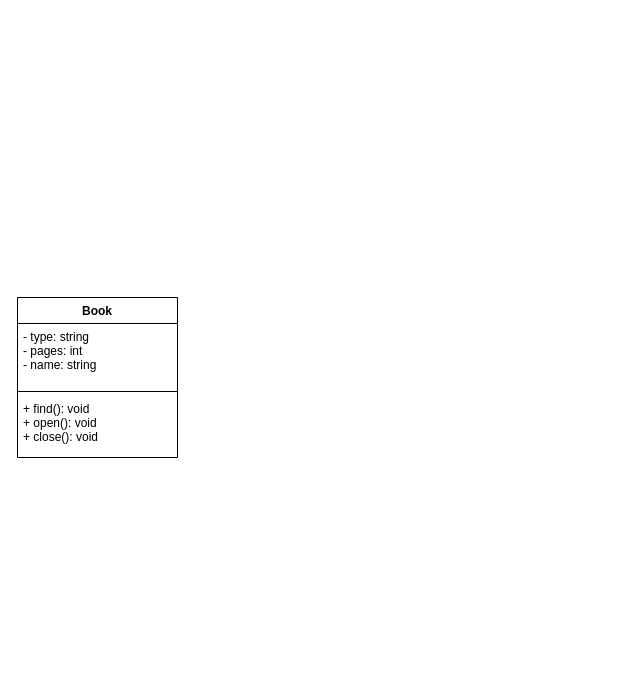
Earlier version of the draw.io diagram Untitled Diagram.drawio (Nikita23072001/PP3). Source tidied: cells renumbered, new cells numbered last; positions are measured from the earlier drawing's top-left corner, leaving out a move shared by most shapes. Both pictures are drawn from the tidied source at 100%, with x=0, y=0 at pixel (17, 297).
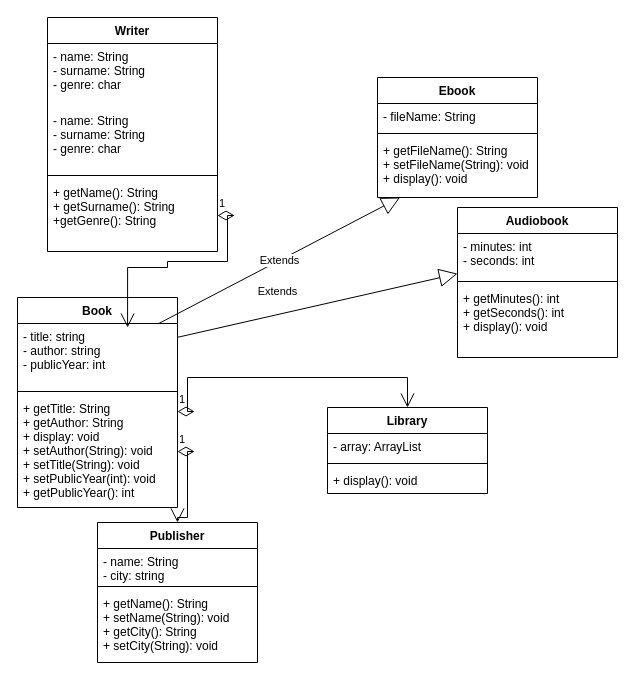
The same diagram, later.

Change to the diagram source:
```diff
@@
     <mxCell id="2" value="Book" style="swimlane;fontStyle=1;align=center;verticalAlign=top;horizontal=1;startSize=26;" parent="1" vertex="1">
-      <mxGeometry width="160" height="160" as="geometry" />
+      <mxGeometry width="160" height="210" as="geometry" />
     </mxCell>
-    <mxCell id="3" value="- type: string&#10;- pages: int&#10;- name: string" style="text;strokeColor=none;fillColor=none;align=left;verticalAlign=top;spacingLeft=4;spacingRight=4;overflow=hidden;points=[[0,0.5],[1,0.5]];portConstraint=eastwest;" parent="2" vertex="1">
+    <mxCell id="3" value="- title: string&#10;- author: string&#10;- publicYear: int" style="text;strokeColor=none;fillColor=none;align=left;verticalAlign=top;spacingLeft=4;spacingRight=4;overflow=hidden;points=[[0,0.5],[1,0.5]];portConstraint=eastwest;" parent="2" vertex="1">
       <mxGeometry y="26" width="160" height="64" as="geometry" />
     </mxCell>
@@
-    <mxCell id="5" value="+ find(): void&#10;+ open(): void&#10;+ close(): void" style="text;strokeColor=none;fillColor=none;align=left;verticalAlign=top;spacingLeft=4;spacingRight=4;overflow=hidden;points=[[0,0.5],[1,0.5]];portConstraint=eastwest;" parent="2" vertex="1">
-      <mxGeometry y="98" width="160" height="62" as="geometry" />
+    <mxCell id="5" value="+ getTitle: String&#10;+ getAuthor: String&#10;+ display: void&#10;+ setAuthor(String): void&#10;+ setTitle(String): void&#10;+ setPublicYear(int): void&#10;+ getPublicYear(): int" style="text;strokeColor=none;fillColor=none;align=left;verticalAlign=top;spacingLeft=4;spacingRight=4;overflow=hidden;points=[[0,0.5],[1,0.5]];portConstraint=eastwest;" parent="2" vertex="1">
+      <mxGeometry y="98" width="160" height="112" as="geometry" />
     </mxCell>
+    <mxCell id="6" value="Ebook" style="swimlane;fontStyle=1;align=center;verticalAlign=top;horizontal=1;startSize=26;" parent="1" vertex="1">
+      <mxGeometry x="360" y="-220" width="160" height="120" as="geometry" />
+    </mxCell>
+    <mxCell id="7" value="- fileName: String" style="text;strokeColor=none;fillColor=none;align=left;verticalAlign=top;spacingLeft=4;spacingRight=4;overflow=hidden;" parent="6" vertex="1">
+      <mxGeometry y="26" width="160" height="26" as="geometry" />
+    </mxCell>
+    <mxCell id="8" style="line;strokeWidth=1;fillColor=none;align=left;verticalAlign=middle;spacingTop=-1;spacingLeft=3;spacingRight=3;labelPosition=right;" parent="6" vertex="1">
+      <mxGeometry y="52" width="160" height="8" as="geometry" />
+    </mxCell>
+    <mxCell id="9" value="+ getFileName(): String&#10;+ setFileName(String): void&#10;+ display(): void" style="text;strokeColor=none;fillColor=none;align=left;verticalAlign=top;spacingLeft=4;spacingRight=4;overflow=hidden;points=[[0,0.5],[1,0.5]];portConstraint=eastwest;" parent="6" vertex="1">
+      <mxGeometry y="60" width="160" height="60" as="geometry" />
+    </mxCell>
+    <mxCell id="10" value="Audiobook&#10;" style="swimlane;fontStyle=1;align=center;verticalAlign=top;horizontal=1;startSize=26;" parent="1" vertex="1">
+      <mxGeometry x="440" y="-90" width="160" height="150" as="geometry" />
+    </mxCell>
+    <mxCell id="11" value="- minutes: int&#10;- seconds: int" style="text;strokeColor=none;fillColor=none;align=left;verticalAlign=top;spacingLeft=4;spacingRight=4;overflow=hidden;points=[[0,0.5],[1,0.5]];portConstraint=eastwest;" parent="10" vertex="1">
+      <mxGeometry y="26" width="160" height="44" as="geometry" />
+    </mxCell>
+    <mxCell id="12" style="line;strokeWidth=1;fillColor=none;align=left;verticalAlign=middle;spacingTop=-1;spacingLeft=3;spacingRight=3;labelPosition=right;" parent="10" vertex="1">
+      <mxGeometry y="70" width="160" height="8" as="geometry" />
+    </mxCell>
+    <mxCell id="13" value="+ getMinutes(): int&#10;+ getSeconds(): int&#10;+ display(): void" style="text;strokeColor=none;fillColor=none;align=left;verticalAlign=top;spacingLeft=4;spacingRight=4;overflow=hidden;" parent="10" vertex="1">
+      <mxGeometry y="78" width="160" height="72" as="geometry" />
+    </mxCell>
+    <mxCell id="14" value="Publisher" style="swimlane;fontStyle=1;align=center;verticalAlign=top;horizontal=1;startSize=26;" parent="1" vertex="1">
+      <mxGeometry x="80" y="225" width="160" height="140" as="geometry" />
+    </mxCell>
+    <mxCell id="15" value="- name: String&#10;- city: string" style="text;strokeColor=none;fillColor=none;align=left;verticalAlign=top;spacingLeft=4;spacingRight=4;overflow=hidden;" parent="14" vertex="1">
+      <mxGeometry y="26" width="160" height="34" as="geometry" />
+    </mxCell>
+    <mxCell id="16" style="line;strokeWidth=1;fillColor=none;align=left;verticalAlign=middle;spacingTop=-1;spacingLeft=3;spacingRight=3;labelPosition=right;" parent="14" vertex="1">
+      <mxGeometry y="60" width="160" height="8" as="geometry" />
+    </mxCell>
+    <mxCell id="17" value="+ getName(): String&#10;+ setName(String): void&#10;+ getCity(): String&#10;+ setCity(String): void" style="text;strokeColor=none;fillColor=none;align=left;verticalAlign=top;spacingLeft=4;spacingRight=4;overflow=hidden;" parent="14" vertex="1">
+      <mxGeometry y="68" width="160" height="72" as="geometry" />
+    </mxCell>
+    <mxCell id="18" value="Extends" style="endArrow=block;endSize=16;endFill=0;html=1;rounded=0;" parent="1" edge="1" source="3" target="11">
+      <mxGeometry x="-0.25" y="22" relative="1" as="geometry" />
+    </mxCell>
+    <mxCell id="19" value="1" style="endArrow=open;html=1;endSize=12;startArrow=diamondThin;startSize=14;startFill=0;edgeStyle=orthogonalEdgeStyle;align=left;verticalAlign=bottom;rounded=0;entryX=0.5;entryY=0;entryDx=0;entryDy=0;" parent="1" edge="1" source="5" target="14">
+      <mxGeometry x="-1" y="3" relative="1" as="geometry" />
+    </mxCell>
+    <mxCell id="20" value="Library" style="swimlane;fontStyle=1;align=center;verticalAlign=top;horizontal=1;startSize=26;" parent="1" vertex="1">
+      <mxGeometry x="310" y="110" width="160" height="86" as="geometry" />
+    </mxCell>
+    <mxCell id="21" value="- array: ArrayList" style="text;strokeColor=none;fillColor=none;align=left;verticalAlign=top;spacingLeft=4;spacingRight=4;overflow=hidden;" parent="20" vertex="1">
+      <mxGeometry y="26" width="160" height="26" as="geometry" />
+    </mxCell>
+    <mxCell id="22" style="line;strokeWidth=1;fillColor=none;align=left;verticalAlign=middle;spacingTop=-1;spacingLeft=3;spacingRight=3;labelPosition=right;" parent="20" vertex="1">
+      <mxGeometry y="52" width="160" height="8" as="geometry" />
+    </mxCell>
+    <mxCell id="23" value="+ display(): void" style="text;strokeColor=none;fillColor=none;align=left;verticalAlign=top;spacingLeft=4;spacingRight=4;overflow=hidden;" parent="20" vertex="1">
+      <mxGeometry y="60" width="160" height="26" as="geometry" />
+    </mxCell>
+    <mxCell id="24" value="1" style="endArrow=open;html=1;endSize=12;startArrow=diamondThin;startSize=14;startFill=0;edgeStyle=orthogonalEdgeStyle;align=left;verticalAlign=bottom;rounded=0;" parent="1" edge="1" source="5" target="20">
+      <mxGeometry x="-1" y="3" relative="1" as="geometry">
+        <Array as="points">
+          <mxPoint x="170" y="114" />
+          <mxPoint x="170" y="80" />
+          <mxPoint x="390" y="80" />
+        </Array>
+      </mxGeometry>
+    </mxCell>
+    <mxCell id="25" value="Extends" style="endArrow=block;endSize=16;endFill=0;html=1;rounded=0;" parent="1" edge="1" source="3" target="9">
+      <mxGeometry relative="1" as="geometry" />
+    </mxCell>
+    <mxCell id="26" value="Writer" style="swimlane;fontStyle=1;align=center;verticalAlign=top;horizontal=1;startSize=26;" parent="1" vertex="1">
+      <mxGeometry x="30" y="-280" width="170" height="234" as="geometry" />
+    </mxCell>
+    <mxCell id="27" value="- name: String&#10;- surname: String&#10;- genre: char" style="text;strokeColor=none;fillColor=none;align=left;verticalAlign=top;spacingLeft=4;spacingRight=4;overflow=hidden;" parent="26" vertex="1">
+      <mxGeometry y="26" width="170" height="64" as="geometry" />
+    </mxCell>
+    <mxCell id="28" value="- name: String&#10;- surname: String&#10;- genre: char" style="text;strokeColor=none;fillColor=none;align=left;verticalAlign=top;spacingLeft=4;spacingRight=4;overflow=hidden;" parent="26" vertex="1">
+      <mxGeometry y="90" width="170" height="64" as="geometry" />
+    </mxCell>
+    <mxCell id="29" style="line;strokeWidth=1;fillColor=none;align=left;verticalAlign=middle;spacingTop=-1;spacingLeft=3;spacingRight=3;labelPosition=right;" parent="26" vertex="1">
+      <mxGeometry y="154" width="170" height="8" as="geometry" />
+    </mxCell>
+    <mxCell id="30" value="+ getName(): String&#10;+ getSurname(): String&#10;+getGenre(): String" style="text;strokeColor=none;fillColor=none;align=left;verticalAlign=top;spacingLeft=4;spacingRight=4;overflow=hidden;points=[[0,0.5],[1,0.5]];portConstraint=eastwest;" parent="26" vertex="1">
+      <mxGeometry y="162" width="170" height="72" as="geometry" />
+    </mxCell>
+    <mxCell id="31" value="1" style="endArrow=open;html=1;endSize=12;startArrow=diamondThin;startSize=14;startFill=0;edgeStyle=orthogonalEdgeStyle;align=left;verticalAlign=bottom;rounded=0;entryX=0.688;entryY=0.063;entryDx=0;entryDy=0;entryPerimeter=0;" parent="1" edge="1" source="30" target="3">
+      <mxGeometry x="-1" y="3" relative="1" as="geometry">
+        <Array as="points">
+          <mxPoint x="210" y="-82" />
+          <mxPoint x="210" y="-36" />
+          <mxPoint x="150" y="-36" />
+          <mxPoint x="150" y="-30" />
+          <mxPoint x="110" y="-30" />
+        </Array>
+      </mxGeometry>
+    </mxCell>
```
